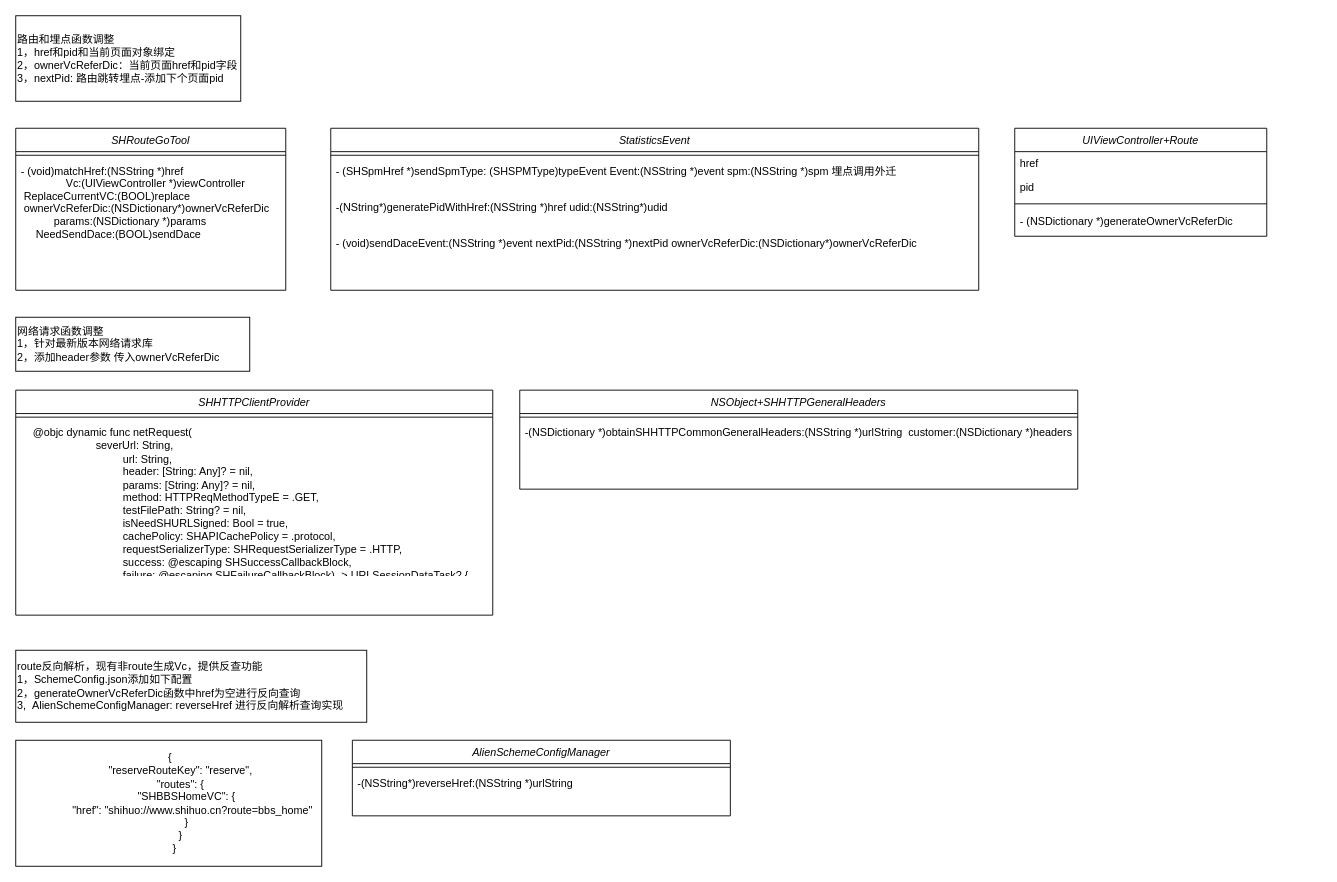
Above: Untitled Diagram.drawio in aiquantong/aiquantong.github.io (draw.io), before the change. Source tidied: cells renumbered, new cells numbered last; positions are measured from the earlier drawing's top-left corner, leaving out a move shared by most shapes. Both pictures are drawn from the tidied source at 90%, with x=0, y=0 at pixel (15, 15).
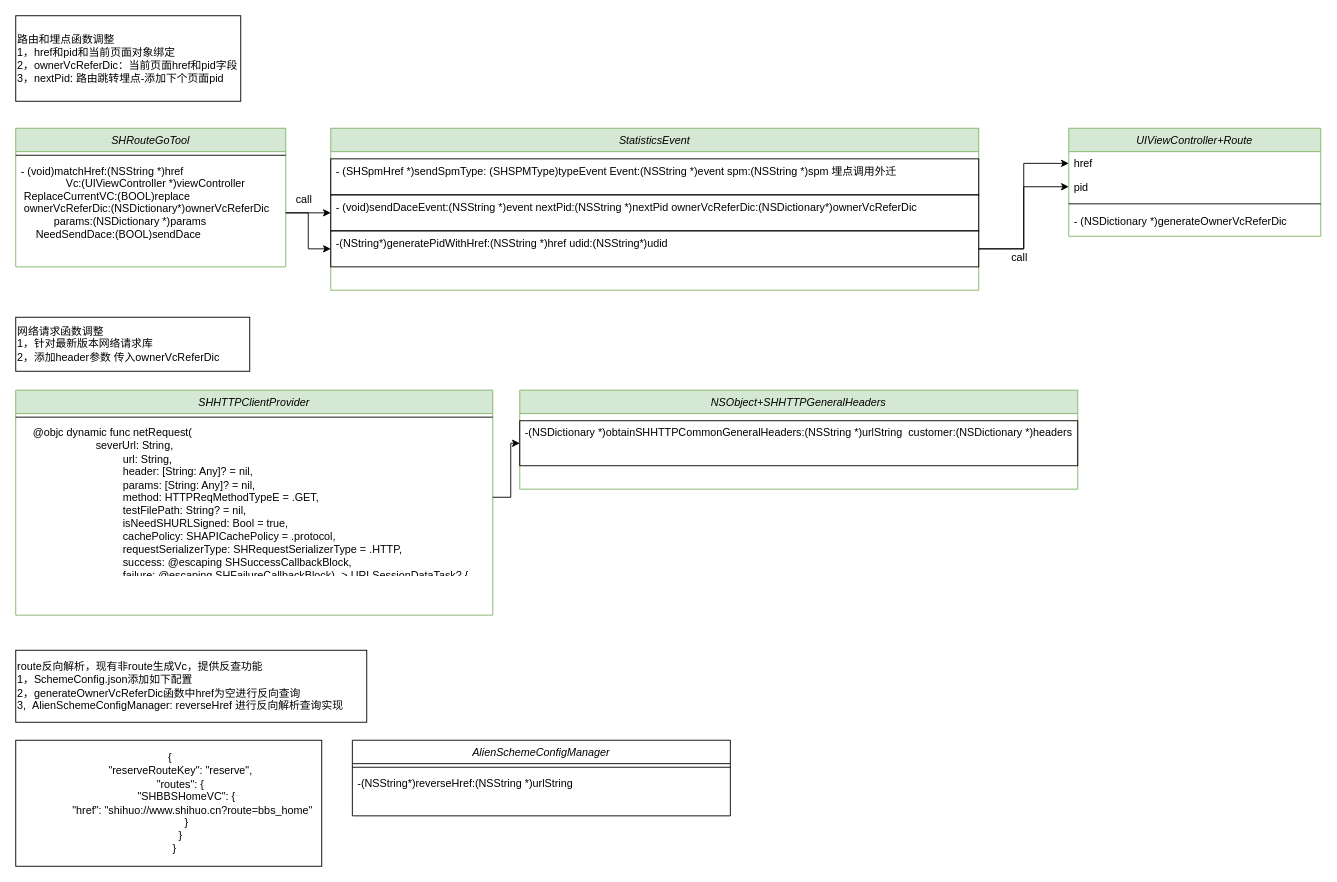
Above is the later version.

Unchanged cells that the change refers to:
```xml
<mxCell id="9" value="- (void)matchHref:(NSString *)href&#10;               Vc:(UIViewController *)viewController&#10; ReplaceCurrentVC:(BOOL)replace&#10; ownerVcReferDic:(NSDictionary*)ownerVcReferDic&#10;           params:(NSDictionary *)params&#10;     NeedSendDace:(BOOL)sendDace" style="text;align=left;verticalAlign=top;spacingLeft=4;spacingRight=4;overflow=hidden;points=[[0,0.5],[1,0.5]];portConstraint=eastwest;" parent="7" vertex="1">
  <mxGeometry y="34" width="300" height="120" as="geometry" />
</mxCell>
<mxCell id="13" value="href&#10;" style="text;align=left;verticalAlign=top;spacingLeft=4;spacingRight=4;overflow=hidden;points=[[0,0.5],[1,0.5]];portConstraint=eastwest;" parent="12" vertex="1">
  <mxGeometry y="26" width="280" height="26" as="geometry" />
</mxCell>
<mxCell id="14" value="pid" style="text;align=left;verticalAlign=top;spacingLeft=4;spacingRight=4;overflow=hidden;points=[[0,0.5],[1,0.5]];portConstraint=eastwest;" parent="12" vertex="1">
  <mxGeometry y="52" width="280" height="26" as="geometry" />
</mxCell>
<mxCell id="21" value="    @objc dynamic func netRequest(&#10;                         severUrl: String,&#10;                                  url: String,&#10;                                  header: [String: Any]? = nil,&#10;                                  params: [String: Any]? = nil,&#10;                                  method: HTTPReqMethodTypeE = .GET,&#10;                                  testFilePath: String? = nil,&#10;                                  isNeedSHURLSigned: Bool = true,&#10;                                  cachePolicy: SHAPICachePolicy = .protocol,&#10;                                  requestSerializerType: SHRequestSerializerType = .HTTP,&#10;                                  success: @escaping SHSuccessCallbackBlock,&#10;                                  failure: @escaping SHFailureCallbackBlock) -&gt; URLSessionDataTask? {" style="text;align=left;verticalAlign=top;spacingLeft=4;spacingRight=4;overflow=hidden;points=[[0,0.5],[1,0.5]];portConstraint=eastwest;whiteSpace=wrap;" parent="19" vertex="1">
  <mxGeometry y="34" width="530" height="170" as="geometry" />
</mxCell>
```

The edit, as a diff of the source:
```diff
@@
-    <mxCell id="2" value="StatisticsEvent" style="swimlane;fontStyle=2;align=center;verticalAlign=top;horizontal=1;startSize=26;rounded=0;shadow=0;strokeWidth=1;" parent="1" vertex="1">
+    <mxCell id="2" value="StatisticsEvent" style="swimlane;fontStyle=2;align=center;verticalAlign=top;horizontal=1;startSize=26;rounded=0;shadow=0;strokeWidth=1;fillColor=#d5e8d4;strokeColor=#82b366;" parent="1" vertex="1">
       <mxGeometry x="350" y="125" width="720" height="180" as="geometry" />
     </mxCell>
-    <mxCell id="3" style="line;html=1;strokeWidth=1;align=left;verticalAlign=middle;spacingTop=-1;spacingLeft=3;spacingRight=3;labelPosition=right;" parent="2" vertex="1">
+    <mxCell id="3" style="line;html=1;strokeWidth=1;align=left;verticalAlign=middle;spacingTop=-1;spacingLeft=3;spacingRight=3;labelPosition=right;strokeColor=none;" parent="2" vertex="1">
       <mxGeometry y="26" width="720" height="8" as="geometry" />
     </mxCell>
-    <mxCell id="4" value="- (SHSpmHref *)sendSpmType: (SHSPMType)typeEvent Event:(NSString *)event spm:(NSString *)spm 埋点调用外迁" style="text;align=left;verticalAlign=top;spacingLeft=4;spacingRight=4;overflow=hidden;whiteSpace=wrap;" parent="2" vertex="1">
+    <mxCell id="4" value="- (SHSpmHref *)sendSpmType: (SHSPMType)typeEvent Event:(NSString *)event spm:(NSString *)spm 埋点调用外迁" style="text;align=left;verticalAlign=top;spacingLeft=4;spacingRight=4;overflow=hidden;whiteSpace=wrap;strokeColor=#000000;" parent="2" vertex="1">
       <mxGeometry y="34" width="720" height="40" as="geometry" />
     </mxCell>
+    <mxCell id="6" value="- (void)sendDaceEvent:(NSString *)event nextPid:(NSString *)nextPid ownerVcReferDic:(NSDictionary*)ownerVcReferDic" style="text;align=left;verticalAlign=top;spacingLeft=4;spacingRight=4;overflow=hidden;points=[[0,0.5],[1,0.5]];portConstraint=eastwest;strokeColor=#000000;" parent="2" vertex="1">
+      <mxGeometry y="74" width="720" height="40" as="geometry" />
+    </mxCell>
-    <mxCell id="5" value="-(NString*)generatePidWithHref:(NSString *)href udid:(NSString*)udid" style="text;align=left;verticalAlign=top;spacingLeft=4;spacingRight=4;overflow=hidden;points=[[0,0.5],[1,0.5]];portConstraint=eastwest;whiteSpace=wrap;" parent="2" vertex="1">
-      <mxGeometry y="74" width="720" height="40" as="geometry" />
+    <mxCell id="5" value="-(NString*)generatePidWithHref:(NSString *)href udid:(NSString*)udid" style="text;align=left;verticalAlign=top;spacingLeft=4;spacingRight=4;overflow=hidden;points=[[0,0.5],[1,0.5]];portConstraint=eastwest;whiteSpace=wrap;strokeColor=#000000;" parent="2" vertex="1">
+      <mxGeometry y="114" width="720" height="40" as="geometry" />
     </mxCell>
-    <mxCell id="6" value="- (void)sendDaceEvent:(NSString *)event nextPid:(NSString *)nextPid ownerVcReferDic:(NSDictionary*)ownerVcReferDic" style="text;align=left;verticalAlign=top;spacingLeft=4;spacingRight=4;overflow=hidden;points=[[0,0.5],[1,0.5]];portConstraint=eastwest;" parent="2" vertex="1">
-      <mxGeometry y="114" width="720" height="40" as="geometry" />
-    </mxCell>
-    <mxCell id="7" value="SHRouteGoTool" style="swimlane;fontStyle=2;align=center;verticalAlign=top;horizontal=1;startSize=26;rounded=0;shadow=0;strokeWidth=1;" parent="1" vertex="1">
-      <mxGeometry y="125" width="300" height="180" as="geometry" />
+    <mxCell id="7" value="SHRouteGoTool" style="swimlane;fontStyle=2;align=center;verticalAlign=top;horizontal=1;startSize=26;rounded=0;shadow=0;strokeWidth=1;fillColor=#d5e8d4;strokeColor=#82b366;" parent="1" vertex="1">
+      <mxGeometry y="125" width="300" height="154" as="geometry" />
     </mxCell>
@@
-    <mxCell id="11" value="&lt;span&gt;&amp;nbsp;{&lt;/span&gt;&lt;br&gt;&lt;div&gt;&lt;div&gt;&amp;nbsp; &amp;nbsp; &amp;nbsp; &amp;nbsp; &quot;reserveR&lt;span&gt;outeKey&quot;: &quot;reserve&quot;,&lt;/span&gt;&lt;/div&gt;&lt;div&gt;&amp;nbsp; &amp;nbsp; &amp;nbsp; &amp;nbsp; &quot;routes&quot;: {&lt;/div&gt;&lt;div&gt;&amp;nbsp; &amp;nbsp; &amp;nbsp; &amp;nbsp; &amp;nbsp; &amp;nbsp; &quot;SHBBSHomeVC&quot;: {&lt;/div&gt;&lt;div&gt;&amp;nbsp; &amp;nbsp; &amp;nbsp; &amp;nbsp; &amp;nbsp; &amp;nbsp; &amp;nbsp; &amp;nbsp; &quot;href&quot;: &quot;shihuo://www.shihuo.cn?route=bbs_home&quot;&lt;/div&gt;&lt;div&gt;&amp;nbsp; &amp;nbsp; &amp;nbsp; &amp;nbsp; &amp;nbsp; &amp;nbsp; }&lt;/div&gt;&lt;div&gt;&amp;nbsp; &amp;nbsp; &amp;nbsp; &amp;nbsp; }&lt;/div&gt;&lt;div&gt;&amp;nbsp; &amp;nbsp; }&lt;/div&gt;&lt;/div&gt;" style="rounded=0;whiteSpace=wrap;html=1;" parent="1" vertex="1">
-      <mxGeometry y="805" width="340" height="140" as="geometry" />
-    </mxCell>
-    <mxCell id="12" value="UIViewController+Route" style="swimlane;fontStyle=2;align=center;verticalAlign=top;horizontal=1;startSize=26;rounded=0;shadow=0;strokeWidth=1;" parent="1" vertex="1">
-      <mxGeometry x="1110" y="125" width="280" height="120" as="geometry" />
+    <mxCell id="12" value="UIViewController+Route" style="swimlane;fontStyle=2;align=center;verticalAlign=top;horizontal=1;startSize=26;rounded=0;shadow=0;strokeWidth=1;fillColor=#d5e8d4;strokeColor=#82b366;" parent="1" vertex="1">
+      <mxGeometry x="1170" y="125" width="280" height="120" as="geometry" />
     </mxCell>
@@
+    <mxCell id="11" value="&lt;span&gt;&amp;nbsp;{&lt;/span&gt;&lt;br&gt;&lt;div&gt;&lt;div&gt;&amp;nbsp; &amp;nbsp; &amp;nbsp; &amp;nbsp; &quot;reserveR&lt;span&gt;outeKey&quot;: &quot;reserve&quot;,&lt;/span&gt;&lt;/div&gt;&lt;div&gt;&amp;nbsp; &amp;nbsp; &amp;nbsp; &amp;nbsp; &quot;routes&quot;: {&lt;/div&gt;&lt;div&gt;&amp;nbsp; &amp;nbsp; &amp;nbsp; &amp;nbsp; &amp;nbsp; &amp;nbsp; &quot;SHBBSHomeVC&quot;: {&lt;/div&gt;&lt;div&gt;&amp;nbsp; &amp;nbsp; &amp;nbsp; &amp;nbsp; &amp;nbsp; &amp;nbsp; &amp;nbsp; &amp;nbsp; &quot;href&quot;: &quot;shihuo://www.shihuo.cn?route=bbs_home&quot;&lt;/div&gt;&lt;div&gt;&amp;nbsp; &amp;nbsp; &amp;nbsp; &amp;nbsp; &amp;nbsp; &amp;nbsp; }&lt;/div&gt;&lt;div&gt;&amp;nbsp; &amp;nbsp; &amp;nbsp; &amp;nbsp; }&lt;/div&gt;&lt;div&gt;&amp;nbsp; &amp;nbsp; }&lt;/div&gt;&lt;/div&gt;" style="rounded=0;whiteSpace=wrap;html=1;" parent="1" vertex="1">
+      <mxGeometry y="805" width="340" height="140" as="geometry" />
+    </mxCell>
@@
-    <mxCell id="19" value="SHHTTPClientProvider" style="swimlane;fontStyle=2;align=center;verticalAlign=top;horizontal=1;startSize=26;rounded=0;shadow=0;strokeWidth=1;" parent="1" vertex="1">
+    <mxCell id="19" value="SHHTTPClientProvider" style="swimlane;fontStyle=2;align=center;verticalAlign=top;horizontal=1;startSize=26;rounded=0;shadow=0;strokeWidth=1;fillColor=#d5e8d4;strokeColor=#82b366;" parent="1" vertex="1">
       <mxGeometry y="416" width="530" height="250" as="geometry" />
     </mxCell>
@@
-    <mxCell id="22" value="NSObject+SHHTTPGeneralHeaders" style="swimlane;fontStyle=2;align=center;verticalAlign=top;horizontal=1;startSize=26;rounded=0;shadow=0;strokeWidth=1;" parent="1" vertex="1">
+    <mxCell id="22" value="NSObject+SHHTTPGeneralHeaders" style="swimlane;fontStyle=2;align=center;verticalAlign=top;horizontal=1;startSize=26;rounded=0;shadow=0;strokeWidth=1;fillColor=#d5e8d4;strokeColor=#82b366;" parent="1" vertex="1">
       <mxGeometry x="560" y="416" width="620" height="110" as="geometry" />
     </mxCell>
-    <mxCell id="23" style="line;html=1;strokeWidth=1;align=left;verticalAlign=middle;spacingTop=-1;spacingLeft=3;spacingRight=3;labelPosition=right;" parent="22" vertex="1">
+    <mxCell id="23" style="line;html=1;strokeWidth=1;align=left;verticalAlign=middle;spacingTop=-1;spacingLeft=3;spacingRight=3;labelPosition=right;strokeColor=none;" parent="22" vertex="1">
       <mxGeometry y="26" width="620" height="8" as="geometry" />
     </mxCell>
-    <mxCell id="24" value="-(NSDictionary *)obtainSHHTTPCommonGeneralHeaders:(NSString *)urlString  customer:(NSDictionary *)headers&#10;" style="text;align=left;verticalAlign=top;spacingLeft=4;spacingRight=4;overflow=hidden;points=[[0,0.5],[1,0.5]];portConstraint=eastwest;whiteSpace=wrap;" parent="22" vertex="1">
+    <mxCell id="24" value="-(NSDictionary *)obtainSHHTTPCommonGeneralHeaders:(NSString *)urlString  customer:(NSDictionary *)headers&#10;" style="text;align=left;verticalAlign=top;spacingLeft=4;spacingRight=4;overflow=hidden;points=[[0,0.5],[1,0.5]];portConstraint=eastwest;whiteSpace=wrap;strokeColor=#000000;" parent="22" vertex="1">
       <mxGeometry y="34" width="620" height="50" as="geometry" />
     </mxCell>
@@
+    <mxCell id="28" style="edgeStyle=orthogonalEdgeStyle;rounded=0;jettySize=auto;html=1;exitX=1;exitY=0.5;exitDx=0;exitDy=0;entryX=0;entryY=0.5;entryDx=0;entryDy=0;" parent="1" edge="1" source="9" target="6">
+      <mxGeometry relative="1" as="geometry" />
+    </mxCell>
+    <mxCell id="29" style="edgeStyle=orthogonalEdgeStyle;rounded=0;jettySize=auto;html=1;exitX=1;exitY=0.5;exitDx=0;exitDy=0;entryX=0;entryY=0.5;entryDx=0;entryDy=0;" parent="1" edge="1" source="9" target="5">
+      <mxGeometry relative="1" as="geometry" />
+    </mxCell>
+    <mxCell id="30" value="call" style="text;html=1;align=center;verticalAlign=middle;" parent="1" vertex="1">
+      <mxGeometry x="305" y="195" width="30" height="20" as="geometry" />
+    </mxCell>
+    <mxCell id="31" style="edgeStyle=orthogonalEdgeStyle;rounded=0;jettySize=auto;html=1;exitX=1;exitY=0.5;exitDx=0;exitDy=0;entryX=0;entryY=0.5;entryDx=0;entryDy=0;" parent="1" edge="1" source="5" target="14">
+      <mxGeometry relative="1" as="geometry" />
+    </mxCell>
+    <mxCell id="32" style="edgeStyle=orthogonalEdgeStyle;rounded=0;jettySize=auto;html=1;exitX=1;exitY=0.5;exitDx=0;exitDy=0;entryX=0;entryY=0.5;entryDx=0;entryDy=0;" parent="1" edge="1" source="5" target="13">
+      <mxGeometry relative="1" as="geometry" />
+    </mxCell>
+    <mxCell id="33" value="call" style="text;html=1;align=center;verticalAlign=middle;" parent="1" vertex="1">
+      <mxGeometry x="1100" y="259" width="30" height="20" as="geometry" />
+    </mxCell>
+    <mxCell id="34" style="edgeStyle=orthogonalEdgeStyle;rounded=0;jettySize=auto;html=1;exitX=1;exitY=0.5;exitDx=0;exitDy=0;" parent="1" edge="1" source="21" target="24">
+      <mxGeometry relative="1" as="geometry" />
+    </mxCell>
```
